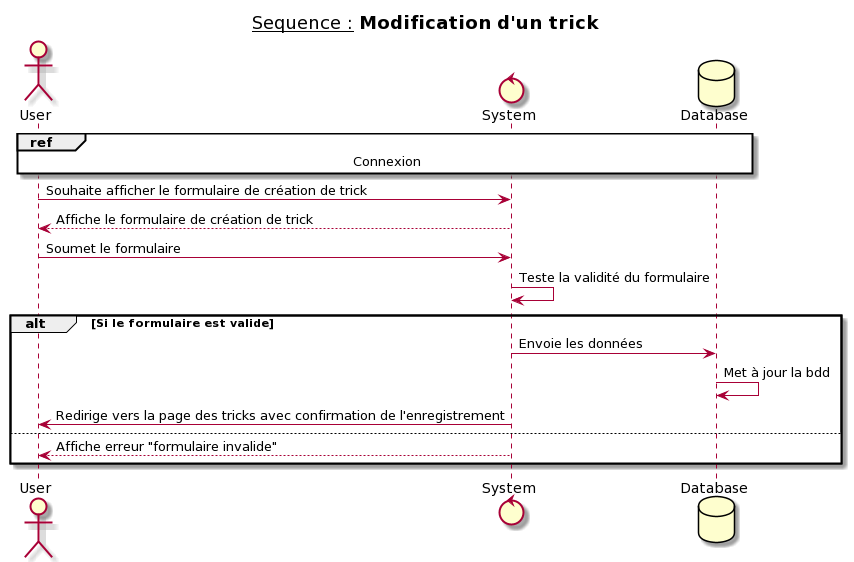
Above: _diagrammes/P06_S7 - Modification de trick.png in Toasted201/OpenClassroom_P06 (PlantUML), before the change.
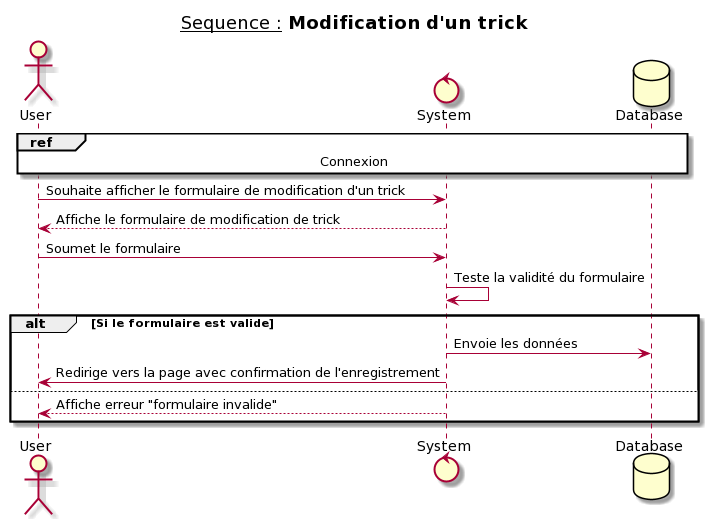
The same file after the commit.

Diff of the diagram source:
```diff
@@ -6,14 +6,13 @@
 
 ref over User, System, Database : Connexion
 
-User -> System : Souhaite afficher le formulaire de création de trick
-System --> User : Affiche le formulaire de création de trick
+User -> System : Souhaite afficher le formulaire de modification d'un trick
+System --> User : Affiche le formulaire de modification de trick
 User -> System : Soumet le formulaire
 System -> System : Teste la validité du formulaire
 alt Si le formulaire est valide
   System -> Database : Envoie les données
-  Database -> Database : Met à jour la bdd
-  System -> User : Redirige vers la page des tricks avec confirmation de l'enregistrement
+  System -> User : Redirige vers la page avec confirmation de l'enregistrement
 else
     System --> User : Affiche erreur "formulaire invalide"
 end
```
